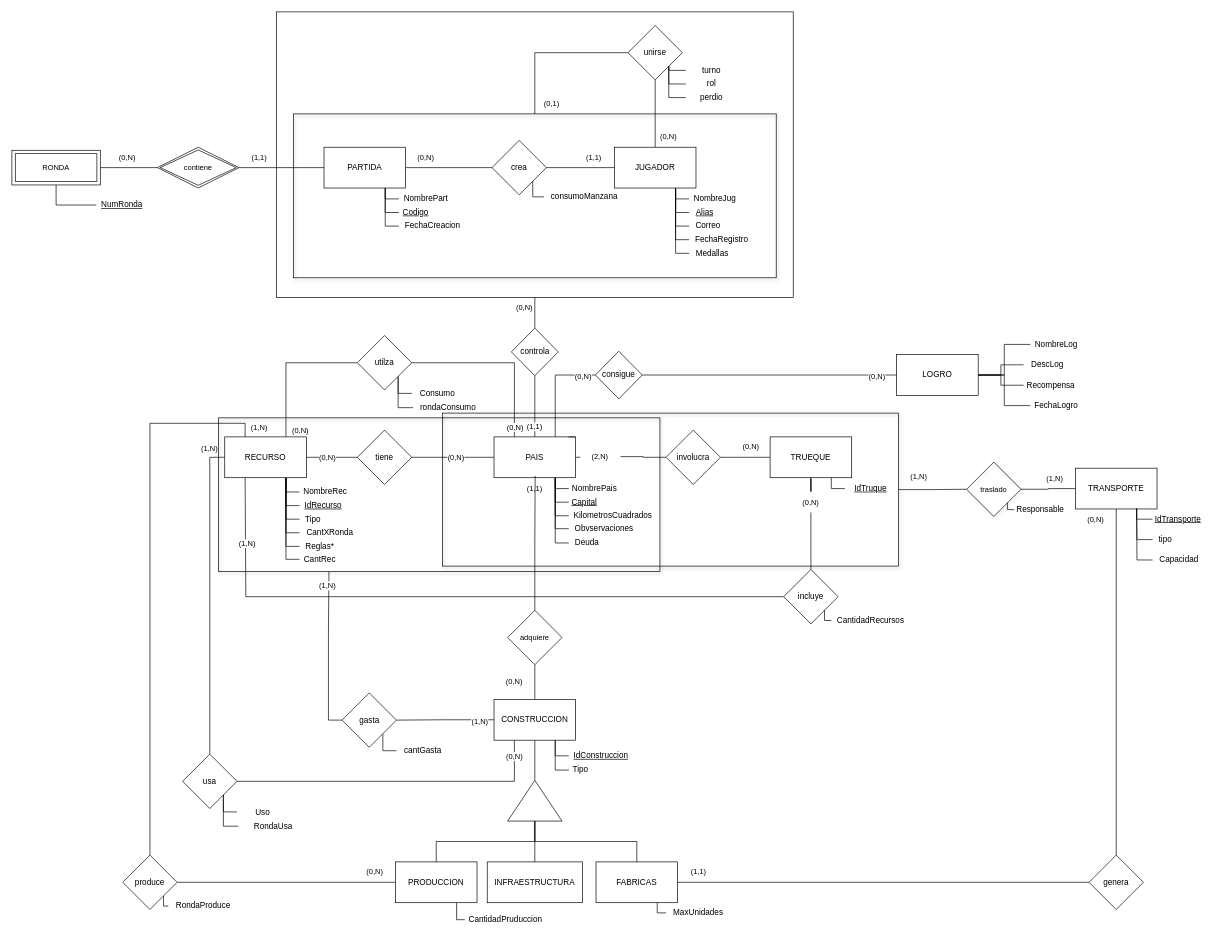
zequui/BaseDeDatos1_FacultadORT keeps this draw.io diagram as Obligatorio1/MER/Obl1MER .drawio. Above is the earlier version. Source tidied: cells renumbered, new cells numbered last; positions are measured from the earlier drawing's top-left corner, leaving out a move shared by most shapes. Both pictures are drawn from the tidied source at 68%, with x=0, y=0 at pixel (12, 12).
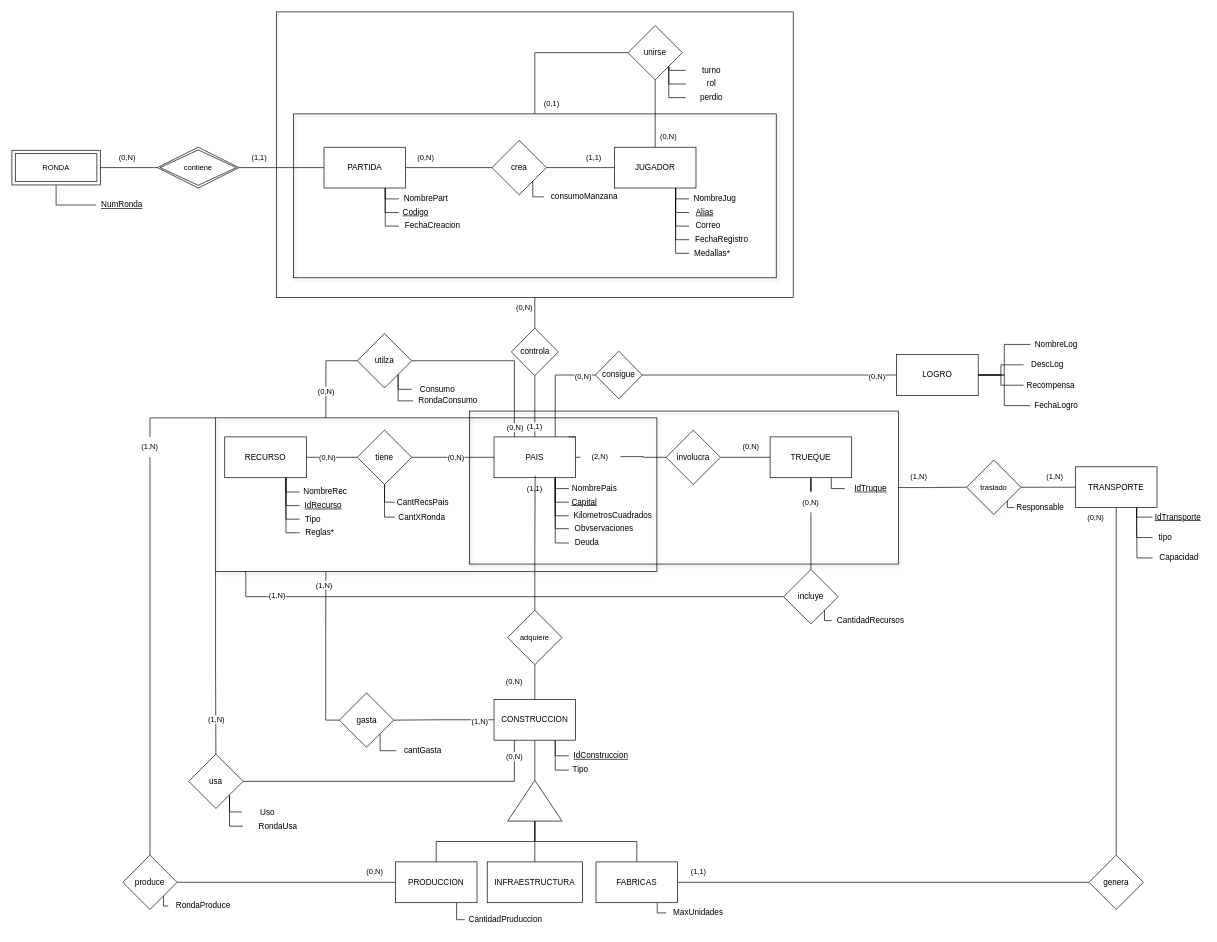
Above is the later version.

Commit message:
docs (obl1MER) se actualizo el MER

The change refers to these unchanged cells:
```xml
<mxCell id="56" value="RECURSO" style="rounded=0;whiteSpace=wrap;html=1;" parent="1" vertex="1">
  <mxGeometry x="313" y="625" width="120" height="60" as="geometry" />
</mxCell>
<mxCell id="63" value="tiene" style="rhombus;whiteSpace=wrap;html=1;rounded=0;" parent="1" vertex="1">
  <mxGeometry x="508" y="615" width="80" height="80" as="geometry" />
</mxCell>
<mxCell id="82" value="incluye" style="rhombus;whiteSpace=wrap;html=1;rounded=0;" parent="1" vertex="1">
  <mxGeometry x="1135" y="820" width="80" height="80" as="geometry" />
</mxCell>
<mxCell id="181" value="produce" style="rhombus;whiteSpace=wrap;html=1;rounded=0;" parent="1" vertex="1">
  <mxGeometry x="163" y="1240" width="80" height="80" as="geometry" />
</mxCell>
```

The edit, as a diff of the source:
```diff
@@
+    <mxCell id="4" style="rounded=0;whiteSpace=wrap;html=1;fontFamily=Helvetica;fontSize=11;fontColor=default;labelBackgroundColor=default;fillColor=none;shadow=1;" parent="1" vertex="1">
+      <mxGeometry x="673" y="587" width="631" height="225" as="geometry" />
+    </mxCell>
+    <mxCell id="190" style="edgeStyle=orthogonalEdgeStyle;rounded=0;jettySize=auto;html=1;exitX=0;exitY=1;exitDx=0;exitDy=0;entryX=0.5;entryY=0;entryDx=0;entryDy=0;endArrow=none;endFill=0;" parent="1" edge="1" source="2" target="174">
+      <mxGeometry relative="1" as="geometry" />
+    </mxCell>
     <mxCell id="2" style="rounded=0;whiteSpace=wrap;html=1;fontFamily=Helvetica;fontSize=11;fontColor=default;labelBackgroundColor=default;fillColor=none;shadow=1;" parent="1" vertex="1">
-      <mxGeometry x="304" y="597" width="649" height="226" as="geometry" />
+      <mxGeometry x="299.5" y="597" width="649" height="226" as="geometry" />
     </mxCell>
@@
-    <mxCell id="4" style="rounded=0;whiteSpace=wrap;html=1;fontFamily=Helvetica;fontSize=11;fontColor=default;labelBackgroundColor=default;fillColor=none;shadow=1;" parent="1" vertex="1">
-      <mxGeometry x="633" y="590" width="671" height="225" as="geometry" />
-    </mxCell>
@@
-    <mxCell id="19" value="Medallas" style="text;html=1;align=center;verticalAlign=middle;whiteSpace=wrap;rounded=0;" parent="1" vertex="1">
+    <mxCell id="19" value="Medallas*" style="text;html=1;align=center;verticalAlign=middle;whiteSpace=wrap;rounded=0;" parent="1" vertex="1">
       <mxGeometry x="996" y="340" width="68" height="30" as="geometry" />
     </mxCell>
@@
-    <mxCell id="51" style="edgeStyle=orthogonalEdgeStyle;shape=connector;rounded=0;jettySize=auto;html=1;exitX=0.75;exitY=1;exitDx=0;exitDy=0;entryX=0;entryY=0.5;entryDx=0;entryDy=0;strokeColor=default;align=center;verticalAlign=middle;fontFamily=Helvetica;fontSize=11;fontColor=default;labelBackgroundColor=default;endArrow=none;endFill=0;" parent="1" edge="1" source="56" target="61">
-      <mxGeometry relative="1" as="geometry" />
-    </mxCell>
@@
-    <mxCell id="55" style="edgeStyle=orthogonalEdgeStyle;shape=connector;rounded=0;jettySize=auto;html=1;exitX=0.75;exitY=0;exitDx=0;exitDy=0;entryX=0;entryY=0.5;entryDx=0;entryDy=0;strokeColor=default;align=center;verticalAlign=middle;fontFamily=Helvetica;fontSize=11;fontColor=default;labelBackgroundColor=default;endArrow=none;endFill=0;" parent="1" edge="1" source="56" target="164">
-      <mxGeometry relative="1" as="geometry" />
+    <mxCell id="55" style="edgeStyle=orthogonalEdgeStyle;shape=connector;rounded=0;jettySize=auto;html=1;exitX=0.25;exitY=0;exitDx=0;exitDy=0;entryX=0;entryY=0.5;entryDx=0;entryDy=0;strokeColor=default;align=center;verticalAlign=middle;fontFamily=Helvetica;fontSize=11;fontColor=default;labelBackgroundColor=default;endArrow=none;endFill=0;" parent="1" edge="1" source="2" target="164">
+      <mxGeometry relative="1" as="geometry">
+        <Array as="points">
+          <mxPoint x="462" y="513" />
+        </Array>
+      </mxGeometry>
     </mxCell>
@@
-    <mxCell id="61" value="CantXRonda" style="text;html=1;align=center;verticalAlign=middle;whiteSpace=wrap;rounded=0;" parent="1" vertex="1">
-      <mxGeometry x="423" y="751" width="90" height="30" as="geometry" />
-    </mxCell>
     <mxCell id="62" value="Reglas*" style="text;html=1;align=center;verticalAlign=middle;whiteSpace=wrap;rounded=0;" parent="1" vertex="1">
-      <mxGeometry x="423" y="771" width="60" height="30" as="geometry" />
+      <mxGeometry x="423" y="751" width="60" height="30" as="geometry" />
     </mxCell>
@@
-    <mxCell id="87" style="edgeStyle=orthogonalEdgeStyle;shape=connector;rounded=0;jettySize=auto;html=1;exitX=0;exitY=0.5;exitDx=0;exitDy=0;entryX=0.25;entryY=1;entryDx=0;entryDy=0;strokeColor=default;align=center;verticalAlign=middle;fontFamily=Helvetica;fontSize=11;fontColor=default;labelBackgroundColor=default;endArrow=none;endFill=0;" parent="1" edge="1" source="82" target="56">
+    <mxCell id="87" style="edgeStyle=orthogonalEdgeStyle;shape=connector;rounded=0;jettySize=auto;html=1;exitX=0;exitY=0.5;exitDx=0;exitDy=0;entryX=0.068;entryY=0.996;entryDx=0;entryDy=0;strokeColor=default;align=center;verticalAlign=middle;fontFamily=Helvetica;fontSize=11;fontColor=default;labelBackgroundColor=default;endArrow=none;endFill=0;entryPerimeter=0;" parent="1" edge="1" source="82" target="2">
       <mxGeometry relative="1" as="geometry">
         <Array as="points">
           <mxPoint x="344" y="860" />
+          <mxPoint x="344" y="829" />
         </Array>
       </mxGeometry>
     </mxCell>
@@
-    <mxCell id="89" value="(1,N)" style="text;html=1;align=center;verticalAlign=middle;whiteSpace=wrap;rounded=0;fontFamily=Helvetica;fontSize=11;fontColor=default;labelBackgroundColor=default;" parent="1" vertex="1">
-      <mxGeometry x="261" y="627" width="60" height="30" as="geometry" />
-    </mxCell>
@@
     <mxCell id="93" value="TRANSPORTE" style="rounded=0;whiteSpace=wrap;html=1;" parent="1" vertex="1">
-      <mxGeometry x="1564" y="671" width="120" height="60" as="geometry" />
+      <mxGeometry x="1564" y="669" width="120" height="60" as="geometry" />
     </mxCell>
@@
     <mxCell id="95" value="&lt;u&gt;IdTransporte&lt;/u&gt;" style="text;html=1;align=center;verticalAlign=middle;whiteSpace=wrap;rounded=0;" parent="1" vertex="1">
-      <mxGeometry x="1677.5" y="731" width="73.5" height="30" as="geometry" />
+      <mxGeometry x="1677.5" y="728" width="73.5" height="30" as="geometry" />
     </mxCell>
-    <mxCell id="96" style="edgeStyle=orthogonalEdgeStyle;shape=connector;rounded=0;jettySize=auto;html=1;exitX=0;exitY=0.5;exitDx=0;exitDy=0;strokeColor=default;align=center;verticalAlign=middle;fontFamily=Helvetica;fontSize=11;fontColor=default;labelBackgroundColor=default;endArrow=none;endFill=0;" parent="1" edge="1" source="97">
-      <mxGeometry relative="1" as="geometry">
-        <mxPoint x="1654" y="730" as="targetPoint" />
-      </mxGeometry>
+    <mxCell id="96" style="edgeStyle=orthogonalEdgeStyle;shape=connector;rounded=0;jettySize=auto;html=1;exitX=0;exitY=0.5;exitDx=0;exitDy=0;strokeColor=default;align=center;verticalAlign=middle;fontFamily=Helvetica;fontSize=11;fontColor=default;labelBackgroundColor=default;endArrow=none;endFill=0;entryX=0.75;entryY=1;entryDx=0;entryDy=0;" parent="1" edge="1" source="97" target="93">
+      <mxGeometry relative="1" as="geometry" />
     </mxCell>
     <mxCell id="97" value="tipo" style="text;html=1;align=center;verticalAlign=middle;whiteSpace=wrap;rounded=0;" parent="1" vertex="1">
-      <mxGeometry x="1677.5" y="761" width="36.5" height="30" as="geometry" />
+      <mxGeometry x="1677.5" y="758" width="36.5" height="30" as="geometry" />
     </mxCell>
@@
     <mxCell id="99" value="Capacidad" style="text;html=1;align=center;verticalAlign=middle;whiteSpace=wrap;rounded=0;" parent="1" vertex="1">
-      <mxGeometry x="1677.5" y="791" width="76.5" height="30" as="geometry" />
+      <mxGeometry x="1677.5" y="788" width="76.5" height="30" as="geometry" />
     </mxCell>
@@
     <mxCell id="102" value="traslado" style="rhombus;whiteSpace=wrap;html=1;fontSize=11;fillColor=none;rounded=0;labelBackgroundColor=default;shadow=1;" parent="1" vertex="1">
-      <mxGeometry x="1404" y="662" width="80" height="80" as="geometry" />
+      <mxGeometry x="1404" y="659" width="80" height="80" as="geometry" />
     </mxCell>
@@
     <mxCell id="104" value="Responsable" style="text;html=1;align=center;verticalAlign=middle;whiteSpace=wrap;rounded=0;" parent="1" vertex="1">
-      <mxGeometry x="1474" y="717" width="76.5" height="30" as="geometry" />
+      <mxGeometry x="1474" y="714" width="76.5" height="30" as="geometry" />
     </mxCell>
     <mxCell id="105" value="(1,N)" style="text;html=1;align=center;verticalAlign=middle;whiteSpace=wrap;rounded=0;fontFamily=Helvetica;fontSize=11;fontColor=default;labelBackgroundColor=default;" parent="1" vertex="1">
-      <mxGeometry x="1504" y="671" width="60" height="30" as="geometry" />
+      <mxGeometry x="1504" y="668" width="60" height="30" as="geometry" />
     </mxCell>
@@
     <mxCell id="121" value="(0,N)" style="text;html=1;align=center;verticalAlign=middle;whiteSpace=wrap;rounded=0;fontFamily=Helvetica;fontSize=11;fontColor=default;labelBackgroundColor=default;" parent="1" vertex="1">
-      <mxGeometry x="1564" y="731" width="60" height="30" as="geometry" />
+      <mxGeometry x="1564" y="728" width="60" height="30" as="geometry" />
     </mxCell>
@@
-    <mxCell id="132" style="edgeStyle=orthogonalEdgeStyle;shape=connector;rounded=0;jettySize=auto;html=1;exitX=0;exitY=0.5;exitDx=0;exitDy=0;entryX=0.75;entryY=1;entryDx=0;entryDy=0;strokeColor=default;align=center;verticalAlign=middle;fontFamily=Helvetica;fontSize=11;fontColor=default;labelBackgroundColor=default;endArrow=none;endFill=0;" parent="1" edge="1" source="133" target="56">
-      <mxGeometry relative="1" as="geometry" />
-    </mxCell>
-    <mxCell id="133" value="CantRec" style="text;html=1;align=center;verticalAlign=middle;whiteSpace=wrap;rounded=0;" parent="1" vertex="1">
-      <mxGeometry x="423" y="790" width="60" height="30" as="geometry" />
-    </mxCell>
@@
     <mxCell id="160" value="Consumo" style="text;html=1;align=center;verticalAlign=middle;whiteSpace=wrap;rounded=0;" parent="1" vertex="1">
-      <mxGeometry x="588" y="546" width="76" height="30" as="geometry" />
+      <mxGeometry x="588" y="540" width="76" height="30" as="geometry" />
     </mxCell>
     <mxCell id="161" style="edgeStyle=orthogonalEdgeStyle;shape=connector;rounded=0;jettySize=auto;html=1;exitX=0;exitY=0.5;exitDx=0;exitDy=0;entryX=1;entryY=1;entryDx=0;entryDy=0;strokeColor=default;align=center;verticalAlign=middle;fontFamily=Helvetica;fontSize=11;fontColor=default;labelBackgroundColor=default;endArrow=none;endFill=0;" parent="1" edge="1" source="162" target="164">
-      <mxGeometry relative="1" as="geometry" />
+      <mxGeometry relative="1" as="geometry">
+        <Array as="points">
+          <mxPoint x="568" y="572" />
+        </Array>
+      </mxGeometry>
     </mxCell>
-    <mxCell id="162" value="rondaConsumo" style="text;html=1;align=center;verticalAlign=middle;whiteSpace=wrap;rounded=0;" parent="1" vertex="1">
-      <mxGeometry x="590" y="567" width="103" height="30" as="geometry" />
+    <mxCell id="162" value="RondaConsumo" style="text;html=1;align=center;verticalAlign=middle;whiteSpace=wrap;rounded=0;" parent="1" vertex="1">
+      <mxGeometry x="590" y="557" width="103" height="30" as="geometry" />
     </mxCell>
@@
     <mxCell id="164" value="utilza" style="rhombus;whiteSpace=wrap;html=1;rounded=0;" parent="1" vertex="1">
-      <mxGeometry x="508" y="476" width="80" height="80" as="geometry" />
+      <mxGeometry x="508" y="473" width="80" height="80" as="geometry" />
     </mxCell>
     <mxCell id="165" value="(0,N)" style="edgeLabel;html=1;align=center;verticalAlign=middle;fontFamily=Helvetica;fontSize=11;fontColor=default;labelBackgroundColor=default;" parent="1" vertex="1">
-      <mxGeometry x="423" y="615" as="geometry" />
+      <mxGeometry x="461" y="557" as="geometry" />
     </mxCell>
@@
     <mxCell id="170" value="Uso" style="text;html=1;align=center;verticalAlign=middle;whiteSpace=wrap;rounded=0;" parent="1" vertex="1">
-      <mxGeometry x="331" y="1161.5" width="76" height="30" as="geometry" />
+      <mxGeometry x="338" y="1161.5" width="76" height="30" as="geometry" />
     </mxCell>
@@
     <mxCell id="172" value="RondaUsa" style="text;html=1;align=center;verticalAlign=middle;whiteSpace=wrap;rounded=0;" parent="1" vertex="1">
-      <mxGeometry x="333" y="1182.5" width="103" height="30" as="geometry" />
+      <mxGeometry x="340" y="1182.5" width="103" height="30" as="geometry" />
     </mxCell>
-    <mxCell id="173" style="edgeStyle=orthogonalEdgeStyle;shape=connector;rounded=0;jettySize=auto;html=1;exitX=0.5;exitY=0;exitDx=0;exitDy=0;entryX=0;entryY=0.5;entryDx=0;entryDy=0;strokeColor=default;align=center;verticalAlign=middle;fontFamily=Helvetica;fontSize=11;fontColor=default;labelBackgroundColor=default;endArrow=none;endFill=0;" parent="1" edge="1" source="174" target="56">
-      <mxGeometry relative="1" as="geometry" />
-    </mxCell>
     <mxCell id="174" value="usa" style="rhombus;whiteSpace=wrap;html=1;rounded=0;" parent="1" vertex="1">
-      <mxGeometry x="251" y="1091.5" width="80" height="80" as="geometry" />
+      <mxGeometry x="260" y="1091.5" width="80" height="80" as="geometry" />
     </mxCell>
@@
     <mxCell id="179" value="gasta" style="rhombus;whiteSpace=wrap;html=1;rounded=0;" parent="1" vertex="1">
-      <mxGeometry x="485.5" y="1001.5" width="80" height="80" as="geometry" />
+      <mxGeometry x="481.5" y="1001.5" width="80" height="80" as="geometry" />
     </mxCell>
-    <mxCell id="180" style="edgeStyle=orthogonalEdgeStyle;shape=connector;rounded=0;jettySize=auto;html=1;exitX=0.5;exitY=0;exitDx=0;exitDy=0;entryX=0.25;entryY=0;entryDx=0;entryDy=0;strokeColor=default;align=center;verticalAlign=middle;fontFamily=Helvetica;fontSize=11;fontColor=default;labelBackgroundColor=default;endArrow=none;endFill=0;" parent="1" edge="1" source="181" target="56">
-      <mxGeometry relative="1" as="geometry" />
+    <mxCell id="180" style="edgeStyle=orthogonalEdgeStyle;shape=connector;rounded=0;jettySize=auto;html=1;exitX=0.5;exitY=0;exitDx=0;exitDy=0;entryX=0;entryY=0;entryDx=0;entryDy=0;strokeColor=default;align=center;verticalAlign=middle;fontFamily=Helvetica;fontSize=11;fontColor=default;labelBackgroundColor=default;endArrow=none;endFill=0;" parent="1" edge="1" source="183" target="2">
+      <mxGeometry relative="1" as="geometry">
+        <Array as="points">
+          <mxPoint x="203" y="597" />
+        </Array>
+      </mxGeometry>
     </mxCell>
@@
-    <mxCell id="183" value="(1,N)" style="text;html=1;align=center;verticalAlign=middle;whiteSpace=wrap;rounded=0;fontFamily=Helvetica;fontSize=11;fontColor=default;labelBackgroundColor=default;" parent="1" vertex="1">
-      <mxGeometry x="334" y="597" width="60" height="30" as="geometry" />
-    </mxCell>
@@
+    <mxCell id="191" style="edgeStyle=orthogonalEdgeStyle;rounded=0;jettySize=auto;html=1;exitX=0;exitY=0.5;exitDx=0;exitDy=0;entryX=0.5;entryY=1;entryDx=0;entryDy=0;endArrow=none;endFill=0;" parent="1" edge="1" source="192" target="63">
+      <mxGeometry relative="1" as="geometry" />
+    </mxCell>
+    <mxCell id="192" value="CantRecsPais" style="text;html=1;align=center;verticalAlign=middle;whiteSpace=wrap;rounded=0;" parent="1" vertex="1">
+      <mxGeometry x="563" y="706" width="83" height="30" as="geometry" />
+    </mxCell>
+    <mxCell id="193" style="edgeStyle=orthogonalEdgeStyle;rounded=0;jettySize=auto;html=1;exitX=0;exitY=0.5;exitDx=0;exitDy=0;entryX=0.5;entryY=1;entryDx=0;entryDy=0;endArrow=none;endFill=0;" parent="1" edge="1" source="61" target="63">
+      <mxGeometry relative="1" as="geometry">
+        <Array as="points">
+          <mxPoint x="548" y="743" />
+        </Array>
+      </mxGeometry>
+    </mxCell>
+    <mxCell id="61" value="CantXRonda" style="text;html=1;align=center;verticalAlign=middle;whiteSpace=wrap;rounded=0;" parent="1" vertex="1">
+      <mxGeometry x="563" y="728" width="80" height="30" as="geometry" />
+    </mxCell>
+    <mxCell id="194" style="edgeStyle=orthogonalEdgeStyle;shape=connector;rounded=0;orthogonalLoop=1;jettySize=auto;html=1;exitX=0.5;exitY=0;exitDx=0;exitDy=0;entryX=0.5;entryY=0;entryDx=0;entryDy=0;strokeColor=default;align=center;verticalAlign=middle;fontFamily=Helvetica;fontSize=11;fontColor=default;labelBackgroundColor=default;endArrow=none;endFill=0;" parent="1" edge="1" source="174" target="174">
+      <mxGeometry relative="1" as="geometry" />
+    </mxCell>
+    <mxCell id="89" value="(1,N)" style="text;html=1;align=center;verticalAlign=middle;whiteSpace=wrap;rounded=0;fontFamily=Helvetica;fontSize=11;fontColor=default;labelBackgroundColor=default;" parent="1" vertex="1">
+      <mxGeometry x="271" y="1026" width="60" height="30" as="geometry" />
+    </mxCell>
+    <mxCell id="195" style="edgeStyle=orthogonalEdgeStyle;shape=connector;rounded=0;jettySize=auto;html=1;exitX=0.5;exitY=0;exitDx=0;exitDy=0;entryX=0.5;entryY=1;entryDx=0;entryDy=0;strokeColor=default;align=center;verticalAlign=middle;fontFamily=Helvetica;fontSize=11;fontColor=default;labelBackgroundColor=default;endArrow=none;endFill=0;" parent="1" edge="1" source="181" target="183">
+      <mxGeometry relative="1" as="geometry" />
+    </mxCell>
+    <mxCell id="183" value="(1,N)" style="text;html=1;align=center;verticalAlign=middle;whiteSpace=wrap;rounded=0;fontFamily=Helvetica;fontSize=11;fontColor=default;labelBackgroundColor=default;" parent="1" vertex="1">
+      <mxGeometry x="173" y="625" width="60" height="30" as="geometry" />
+    </mxCell>
```
